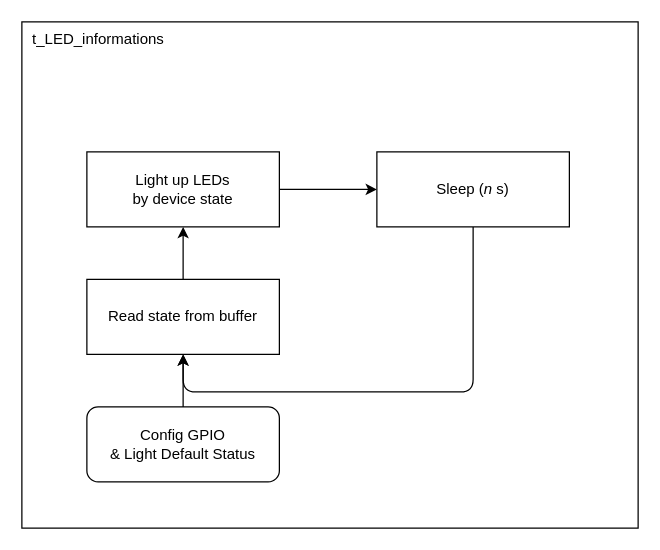
The draw.io diagram schematic/05-sw-flow-running-non-SIL-LED-information.drawio in petrkucerak/diplom-thesis, before the edit. Source tidied: cells renumbered, new cells numbered last; positions are measured from the earlier drawing's top-left corner, leaving out a move shared by most shapes. Both pictures are drawn from the tidied source at 125%, with x=0, y=0 at pixel (21, 21).
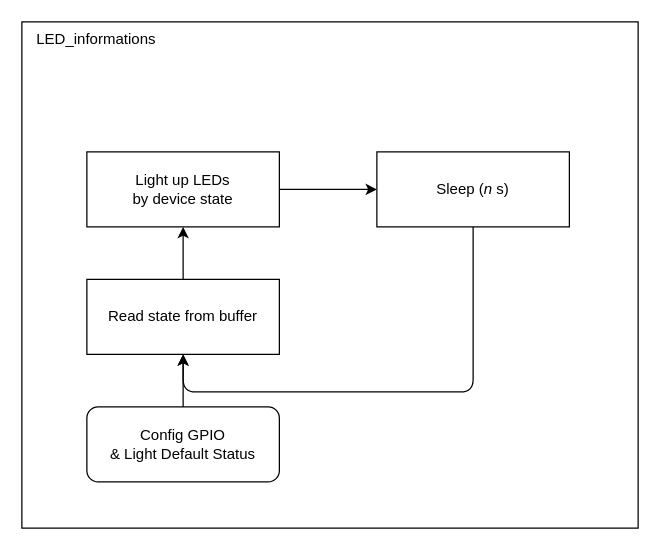
The same page after the edit.

Change to the diagram source:
```diff
@@
 <mxGraphModel>
   <root>
     <mxCell id="0" />
     <mxCell id="1" parent="0" />
-    <mxCell id="2" value="&amp;nbsp; t_LED_informations" style="rounded=0;whiteSpace=wrap;html=1;align=left;verticalAlign=top;" parent="1" vertex="1">
+    <mxCell id="2" value="&amp;nbsp; &amp;nbsp;LED_informations" style="rounded=0;whiteSpace=wrap;html=1;align=left;verticalAlign=top;" parent="1" vertex="1">
       <mxGeometry width="493" height="405" as="geometry" />
     </mxCell>
     <mxCell id="3" style="edgeStyle=none;html=1;exitX=0.5;exitY=0;exitDx=0;exitDy=0;" parent="1" edge="1" source="4" target="6">
       <mxGeometry relative="1" as="geometry" />
     </mxCell>
     <mxCell id="4" value="Read state from buffer" style="rounded=0;whiteSpace=wrap;html=1;" parent="1" vertex="1">
       <mxGeometry x="52" y="206" width="154" height="60" as="geometry" />
     </mxCell>
     <mxCell id="5" style="edgeStyle=none;html=1;exitX=1;exitY=0.5;exitDx=0;exitDy=0;" parent="1" edge="1" source="6" target="8">
       <mxGeometry relative="1" as="geometry" />
     </mxCell>
     <mxCell id="6" value="Light up LEDs&lt;div&gt;by device state&lt;/div&gt;" style="rounded=0;whiteSpace=wrap;html=1;" parent="1" vertex="1">
       <mxGeometry x="52" y="104" width="154" height="60" as="geometry" />
     </mxCell>
     <mxCell id="7" style="edgeStyle=orthogonalEdgeStyle;html=1;exitX=0.5;exitY=1;exitDx=0;exitDy=0;entryX=0.5;entryY=1;entryDx=0;entryDy=0;" parent="1" edge="1" source="8" target="4">
       <mxGeometry relative="1" as="geometry">
         <Array as="points">
           <mxPoint x="361" y="296" />
           <mxPoint x="129" y="296" />
         </Array>
       </mxGeometry>
     </mxCell>
     <mxCell id="8" value="Sleep (&lt;i&gt;n&amp;nbsp;&lt;/i&gt;s)" style="rounded=0;whiteSpace=wrap;html=1;" parent="1" vertex="1">
       <mxGeometry x="284" y="104" width="154" height="60" as="geometry" />
     </mxCell>
     <mxCell id="9" style="edgeStyle=none;html=1;exitX=0.5;exitY=0;exitDx=0;exitDy=0;" parent="1" edge="1" source="10" target="4">
       <mxGeometry relative="1" as="geometry" />
     </mxCell>
     <mxCell id="10" value="Config GPIO&lt;br&gt;&amp;amp; Light Default Status" style="rounded=1;whiteSpace=wrap;html=1;" parent="1" vertex="1">
       <mxGeometry x="52" y="308" width="154" height="60" as="geometry" />
     </mxCell>
   </root>
 </mxGraphModel>
```
